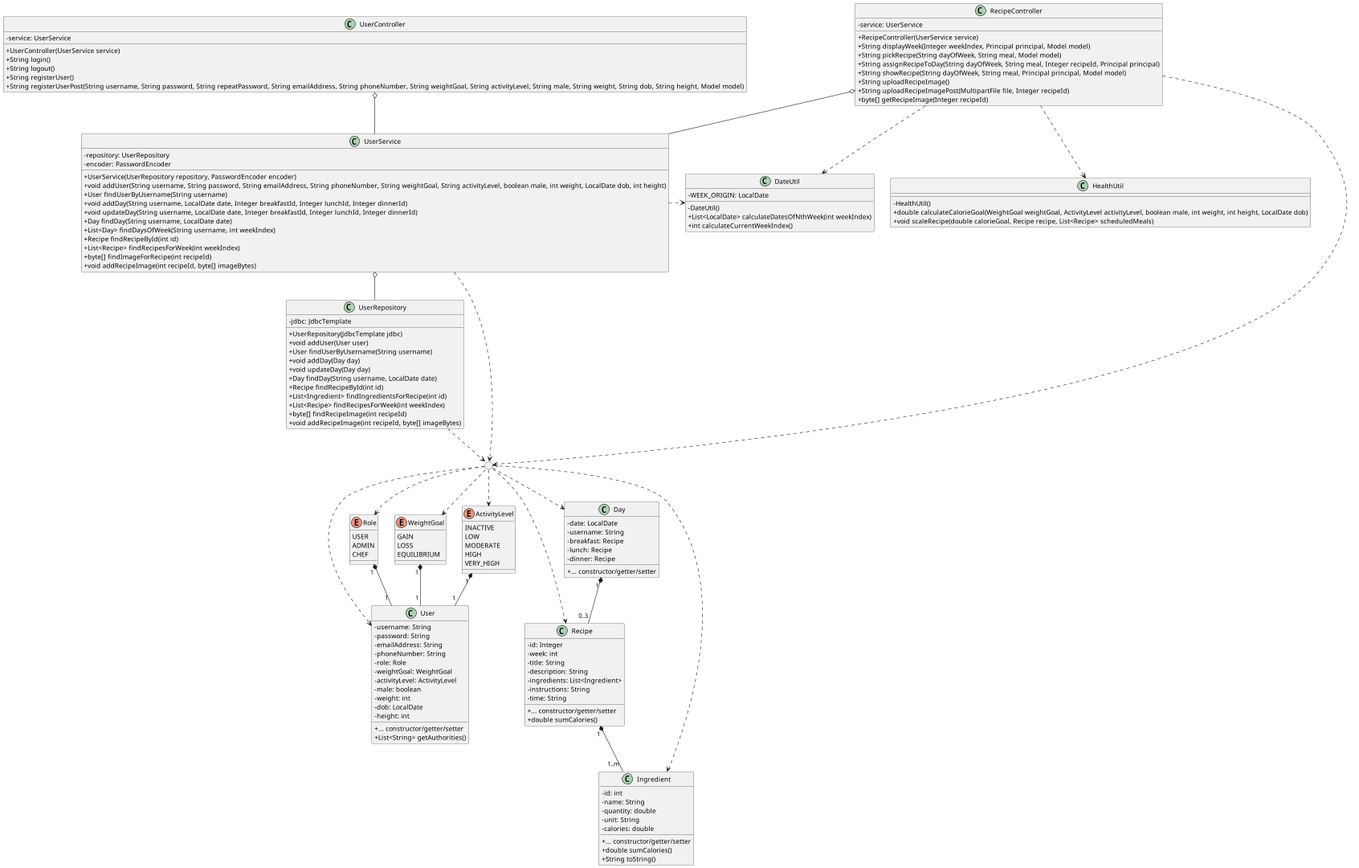
Before: diagram/class-diagram.png, a diagram exported from PlantUML (sofush/kostplan).
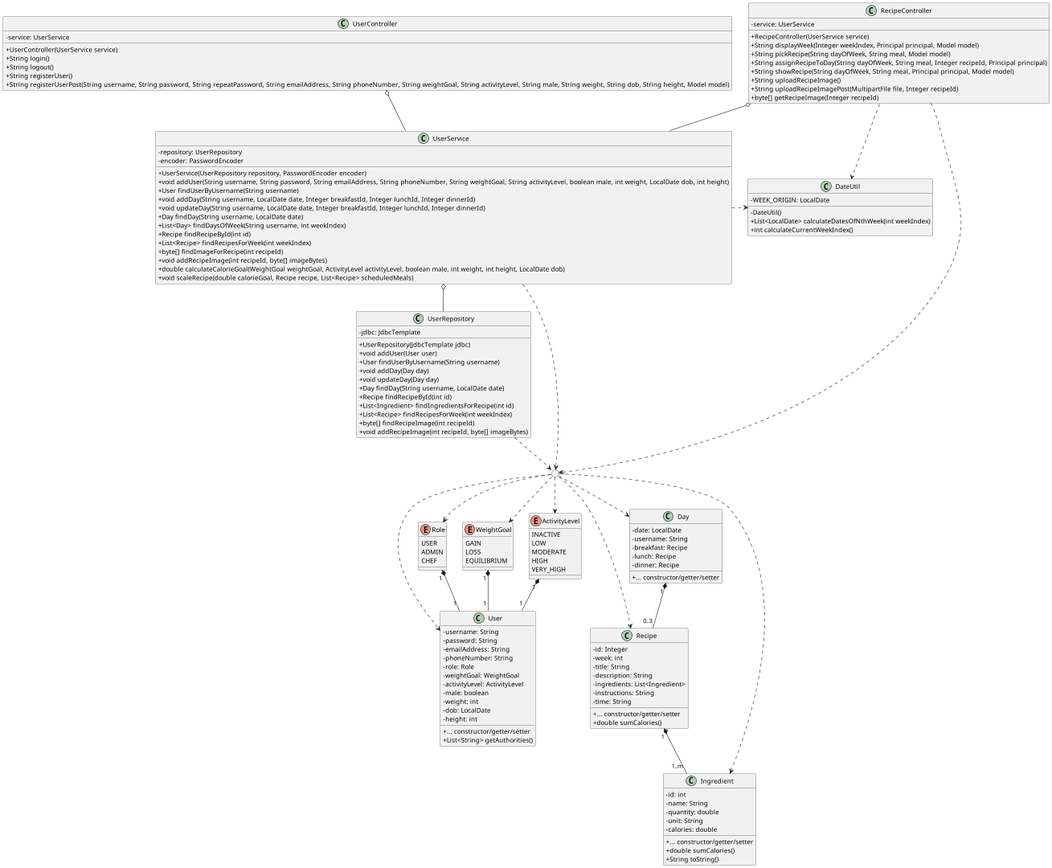
The same diagram one commit later.

Diff of the diagram source:
```diff
@@ -95,6 +95,8 @@
 	+ List<Recipe> findRecipesForWeek(int weekIndex)
 	+ byte[] findImageForRecipe(int recipeId)
 	+ void addRecipeImage(int recipeId, byte[] imageBytes)
+	+ double calculateCalorieGoal(WeightGoal weightGoal, ActivityLevel activityLevel, boolean male, int weight, int height, LocalDate dob)
+	+ void scaleRecipe(double calorieGoal, Recipe recipe, List<Recipe> scheduledMeals)
 }
 class UserRepository {
 	- jdbc: JdbcTemplate
@@ -110,11 +112,6 @@
 	+ byte[] findRecipeImage(int recipeId)
 	+ void addRecipeImage(int recipeId, byte[] imageBytes)
 }
-class HealthUtil {
-	- HealthUtil()
-	+ double calculateCalorieGoal(WeightGoal weightGoal, ActivityLevel activityLevel, boolean male, int weight, int height, LocalDate dob)
-	+ void scaleRecipe(double calorieGoal, Recipe recipe, List<Recipe> scheduledMeals)
-}
 class DateUtil {
 	- WEEK_ORIGIN: LocalDate
 	- DateUtil()
@@ -129,7 +126,6 @@
 RecipeController o-- UserService
 
 RecipeController ..> DateUtil
-RecipeController ..> HealthUtil
 UserService .r.> DateUtil
 
 entities ..> User
```
